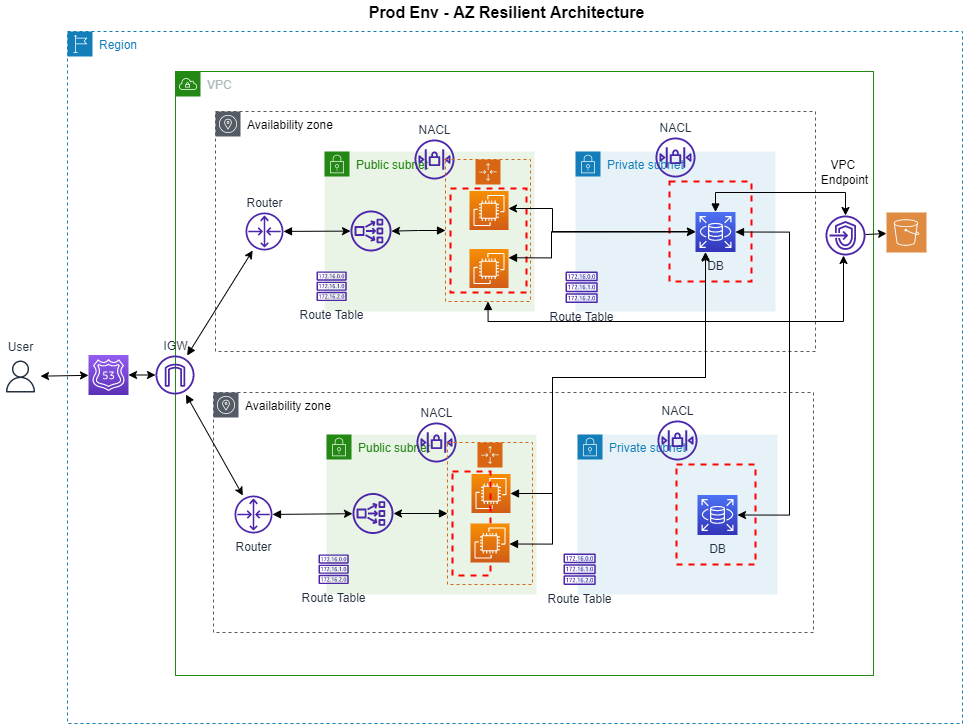
Above: Prod App & DB Server Architecture/Prod App & DB Server Architecture .png in Srinivasan87/AWS-Architectures (draw.io), before the change. Source tidied: cells renumbered, new cells last; positions are measured from the earlier drawing's top-left corner, leaving out a move shared by most shapes.
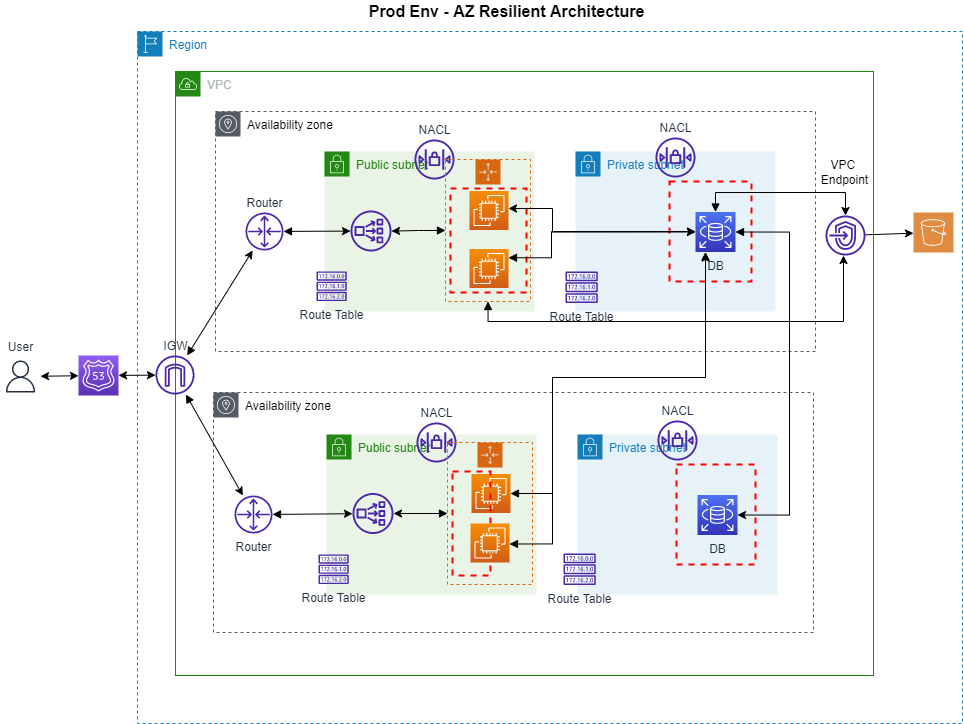
After the commit.

Commit message:
Fixed Route 53 placement

The edit, as a diff of the source:
```diff
@@ -3,14 +3,11 @@
     <mxCell id="0" />
     <mxCell id="1" parent="0" />
     <mxCell id="2" value="Region" style="gradientColor=none;html=1;whiteSpace=wrap;fontSize=12;fontStyle=0;shape=mxgraph.aws4.group;grIcon=mxgraph.aws4.group_region;strokeColor=#147EBA;fillColor=none;verticalAlign=top;align=left;spacingLeft=30;fontColor=#147EBA;dashed=1;" parent="1" vertex="1">
-      <mxGeometry x="67" y="31" width="895" height="692" as="geometry" />
+      <mxGeometry x="137" y="31" width="825" height="692" as="geometry" />
     </mxCell>
     <mxCell id="3" style="sketch=0;shadow=0;dashed=0;html=1;strokeColor=none;fillColor=#DF8C42;labelPosition=center;verticalLabelPosition=bottom;verticalAlign=top;align=center;outlineConnect=0;shape=mxgraph.veeam2.aws_s3;fontColor=none;" parent="2" vertex="1">
-      <mxGeometry x="819" y="181" width="40" height="40" as="geometry" />
+      <mxGeometry x="776" y="181" width="40" height="40" as="geometry" />
     </mxCell>
-    <mxCell id="4" style="sketch=0;points=[[0,0,0],[0.25,0,0],[0.5,0,0],[0.75,0,0],[1,0,0],[0,1,0],[0.25,1,0],[0.5,1,0],[0.75,1,0],[1,1,0],[0,0.25,0],[0,0.5,0],[0,0.75,0],[1,0.25,0],[1,0.5,0],[1,0.75,0]];outlineConnect=0;fontColor=#232F3E;gradientColor=#945DF2;gradientDirection=north;fillColor=#5A30B5;strokeColor=#ffffff;dashed=0;verticalLabelPosition=bottom;verticalAlign=top;align=center;html=1;fontSize=12;fontStyle=0;shape=mxgraph.aws4.resourceIcon;resIcon=mxgraph.aws4.route_53;" parent="2" vertex="1">
-      <mxGeometry x="21" y="323.5" width="40" height="40" as="geometry" />
-    </mxCell>
     <mxCell id="5" value="VPC" style="gradientColor=none;html=1;whiteSpace=wrap;fontSize=12;fontStyle=0;shape=mxgraph.aws4.group;grIcon=mxgraph.aws4.group_vpc;strokeColor=#248814;fillColor=none;verticalAlign=top;align=left;spacingLeft=30;fontColor=#AAB7B8;dashed=0;" parent="1" vertex="1">
       <mxGeometry x="175" y="71" width="698" height="604" as="geometry" />
     </mxCell>
@@ -211,5 +208,8 @@
     <mxCell id="56" style="endArrow=classic;html=1;rounded=0;" parent="1" edge="1" source="23" target="3">
       <mxGeometry relative="1" as="geometry" />
     </mxCell>
+    <mxCell id="4" style="sketch=0;points=[[0,0,0],[0.25,0,0],[0.5,0,0],[0.75,0,0],[1,0,0],[0,1,0],[0.25,1,0],[0.5,1,0],[0.75,1,0],[1,1,0],[0,0.25,0],[0,0.5,0],[0,0.75,0],[1,0.25,0],[1,0.5,0],[1,0.75,0]];outlineConnect=0;fontColor=#232F3E;gradientColor=#945DF2;gradientDirection=north;fillColor=#5A30B5;strokeColor=#ffffff;dashed=0;verticalLabelPosition=bottom;verticalAlign=top;align=center;html=1;fontSize=12;fontStyle=0;shape=mxgraph.aws4.resourceIcon;resIcon=mxgraph.aws4.route_53;" parent="1" vertex="1">
+      <mxGeometry x="78" y="355" width="40" height="40" as="geometry" />
+    </mxCell>
   </root>
 </mxGraphModel>
```
